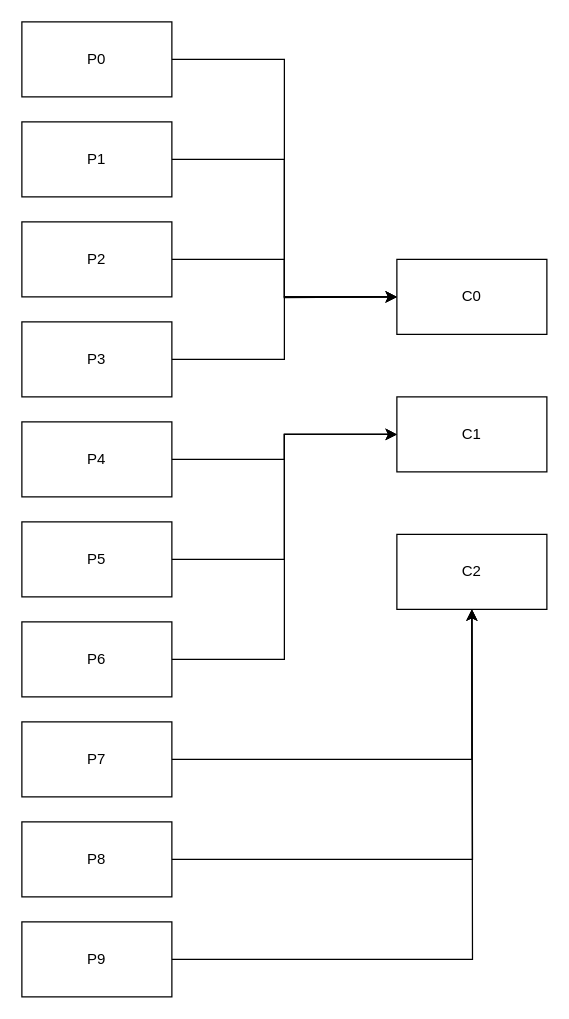
Before: 草稿.drawio in hlcgithub/draw, a draw.io diagram. Source tidied: cells renumbered, new cells numbered last; positions are measured from the earlier drawing's top-left corner, leaving out a move shared by most shapes. Both pictures are drawn from the tidied source at 125%, with x=0, y=0 at pixel (21, 21).
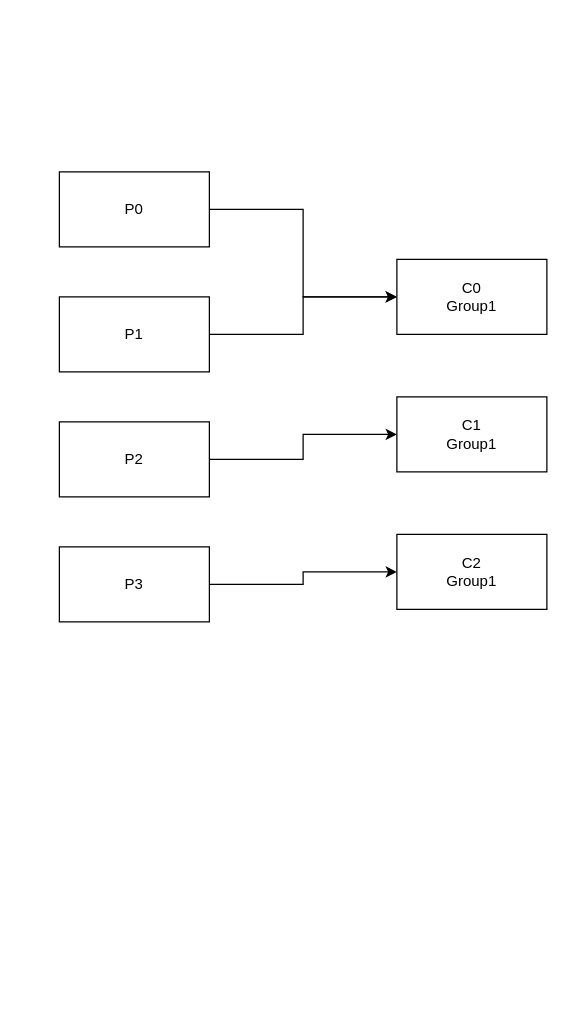
The same diagram, later.

What changed in the source:
```diff
@@
     <mxCell id="3" value="P1" style="rounded=0;whiteSpace=wrap;html=1;" parent="1" vertex="1">
-      <mxGeometry y="80" width="120" height="60" as="geometry" />
+      <mxGeometry x="30" y="220" width="120" height="60" as="geometry" />
     </mxCell>
-    <mxCell id="4" style="edgeStyle=orthogonalEdgeStyle;rounded=0;jettySize=auto;html=1;" parent="1" edge="1" source="5">
-      <mxGeometry relative="1" as="geometry">
-        <mxPoint x="300" y="220" as="targetPoint" />
-      </mxGeometry>
-    </mxCell>
+    <mxCell id="25" style="edgeStyle=orthogonalEdgeStyle;rounded=0;jettySize=auto;html=1;entryX=0;entryY=0.5;entryDx=0;entryDy=0;" parent="1" edge="1" source="5" target="23">
+      <mxGeometry relative="1" as="geometry" />
+    </mxCell>
     <mxCell id="5" value="P2" style="rounded=0;whiteSpace=wrap;html=1;" parent="1" vertex="1">
-      <mxGeometry y="160" width="120" height="60" as="geometry" />
+      <mxGeometry x="30" y="320" width="120" height="60" as="geometry" />
     </mxCell>
@@
     <mxCell id="7" value="P0" style="rounded=0;whiteSpace=wrap;html=1;" parent="1" vertex="1">
-      <mxGeometry width="120" height="60" as="geometry" />
+      <mxGeometry x="30" y="120" width="120" height="60" as="geometry" />
     </mxCell>
-    <mxCell id="8" style="edgeStyle=orthogonalEdgeStyle;rounded=0;jettySize=auto;html=1;" parent="1" edge="1" source="9">
-      <mxGeometry relative="1" as="geometry">
-        <mxPoint x="360" y="470" as="targetPoint" />
-      </mxGeometry>
-    </mxCell>
-    <mxCell id="9" value="P9" style="rounded=0;whiteSpace=wrap;html=1;" parent="1" vertex="1">
-      <mxGeometry y="720" width="120" height="60" as="geometry" />
-    </mxCell>
-    <mxCell id="10" style="edgeStyle=orthogonalEdgeStyle;rounded=0;jettySize=auto;html=1;" parent="1" edge="1" source="11">
-      <mxGeometry relative="1" as="geometry">
-        <mxPoint x="360" y="470" as="targetPoint" />
-      </mxGeometry>
-    </mxCell>
-    <mxCell id="11" value="P8" style="rounded=0;whiteSpace=wrap;html=1;" parent="1" vertex="1">
-      <mxGeometry y="640" width="120" height="60" as="geometry" />
-    </mxCell>
-    <mxCell id="12" style="edgeStyle=orthogonalEdgeStyle;rounded=0;jettySize=auto;html=1;entryX=0;entryY=0.5;entryDx=0;entryDy=0;" parent="1" edge="1" source="13" target="22">
-      <mxGeometry relative="1" as="geometry" />
-    </mxCell>
+    <mxCell id="26" style="edgeStyle=orthogonalEdgeStyle;rounded=0;jettySize=auto;html=1;entryX=0;entryY=0.5;entryDx=0;entryDy=0;" parent="1" edge="1" source="13" target="24">
+      <mxGeometry relative="1" as="geometry" />
+    </mxCell>
     <mxCell id="13" value="P3" style="rounded=0;whiteSpace=wrap;html=1;" parent="1" vertex="1">
-      <mxGeometry y="240" width="120" height="60" as="geometry" />
+      <mxGeometry x="30" y="420" width="120" height="60" as="geometry" />
     </mxCell>
-    <mxCell id="14" style="edgeStyle=orthogonalEdgeStyle;rounded=0;jettySize=auto;html=1;entryX=0.5;entryY=1;entryDx=0;entryDy=0;" parent="1" edge="1" source="15" target="24">
-      <mxGeometry relative="1" as="geometry" />
-    </mxCell>
-    <mxCell id="15" value="P7" style="rounded=0;whiteSpace=wrap;html=1;" parent="1" vertex="1">
-      <mxGeometry y="560" width="120" height="60" as="geometry" />
-    </mxCell>
-    <mxCell id="16" style="edgeStyle=orthogonalEdgeStyle;rounded=0;jettySize=auto;html=1;entryX=0;entryY=0.5;entryDx=0;entryDy=0;" parent="1" edge="1" source="17" target="23">
-      <mxGeometry relative="1" as="geometry" />
-    </mxCell>
-    <mxCell id="17" value="P4" style="rounded=0;whiteSpace=wrap;html=1;" parent="1" vertex="1">
-      <mxGeometry y="320" width="120" height="60" as="geometry" />
-    </mxCell>
-    <mxCell id="18" style="edgeStyle=orthogonalEdgeStyle;rounded=0;jettySize=auto;html=1;entryX=0;entryY=0.5;entryDx=0;entryDy=0;" parent="1" edge="1" source="19" target="23">
-      <mxGeometry relative="1" as="geometry" />
-    </mxCell>
-    <mxCell id="19" value="P5" style="rounded=0;whiteSpace=wrap;html=1;" parent="1" vertex="1">
-      <mxGeometry y="400" width="120" height="60" as="geometry" />
-    </mxCell>
-    <mxCell id="20" style="edgeStyle=orthogonalEdgeStyle;rounded=0;jettySize=auto;html=1;entryX=0;entryY=0.5;entryDx=0;entryDy=0;" parent="1" edge="1" source="21" target="23">
-      <mxGeometry relative="1" as="geometry" />
-    </mxCell>
-    <mxCell id="21" value="P6" style="rounded=0;whiteSpace=wrap;html=1;" parent="1" vertex="1">
-      <mxGeometry y="480" width="120" height="60" as="geometry" />
-    </mxCell>
-    <mxCell id="22" value="C0" style="rounded=0;whiteSpace=wrap;html=1;" parent="1" vertex="1">
+    <mxCell id="22" value="C0&lt;div&gt;Group1&lt;/div&gt;" style="rounded=0;whiteSpace=wrap;html=1;" parent="1" vertex="1">
       <mxGeometry x="300" y="190" width="120" height="60" as="geometry" />
     </mxCell>
-    <mxCell id="23" value="C1" style="rounded=0;whiteSpace=wrap;html=1;" parent="1" vertex="1">
+    <mxCell id="23" value="C1&lt;div&gt;Group1&lt;/div&gt;" style="rounded=0;whiteSpace=wrap;html=1;" parent="1" vertex="1">
       <mxGeometry x="300" y="300" width="120" height="60" as="geometry" />
     </mxCell>
-    <mxCell id="24" value="C2" style="rounded=0;whiteSpace=wrap;html=1;" parent="1" vertex="1">
+    <mxCell id="24" value="C2&lt;div&gt;Group1&lt;/div&gt;" style="rounded=0;whiteSpace=wrap;html=1;" parent="1" vertex="1">
       <mxGeometry x="300" y="410" width="120" height="60" as="geometry" />
     </mxCell>
```
